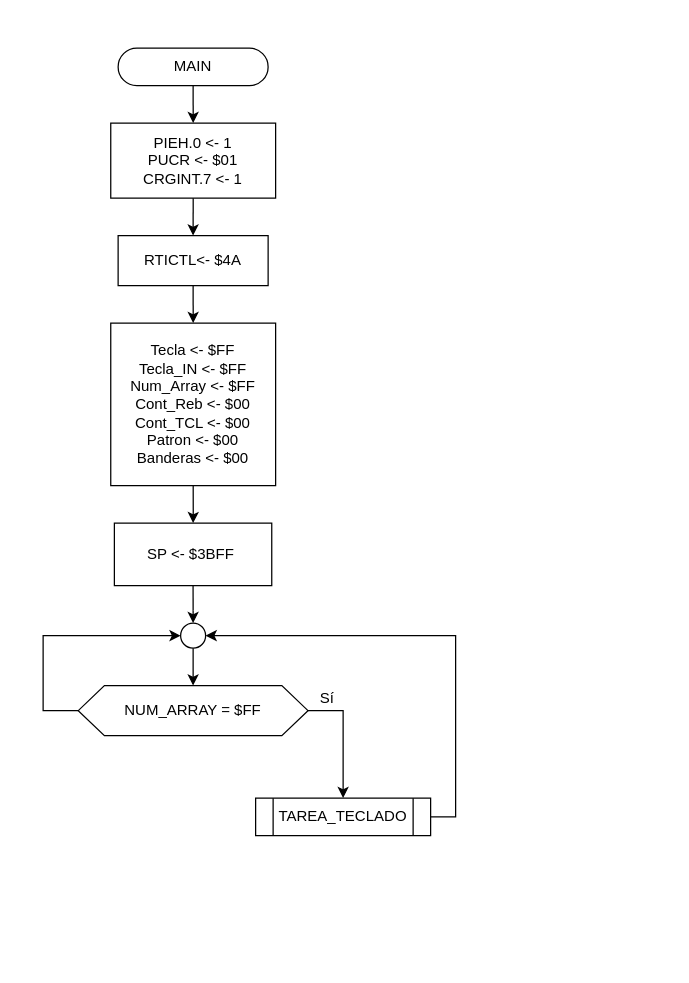
The draw.io diagram Tareas/T4/Diagramas/Main.drawio in moisotico/Microprocesadores, before the edit. Source tidied: cells renumbered, new cells numbered last; positions are measured from the earlier drawing's top-left corner, leaving out a move shared by most shapes. Both pictures are drawn from the tidied source at 125%, with x=0, y=0 at pixel (42, 48).
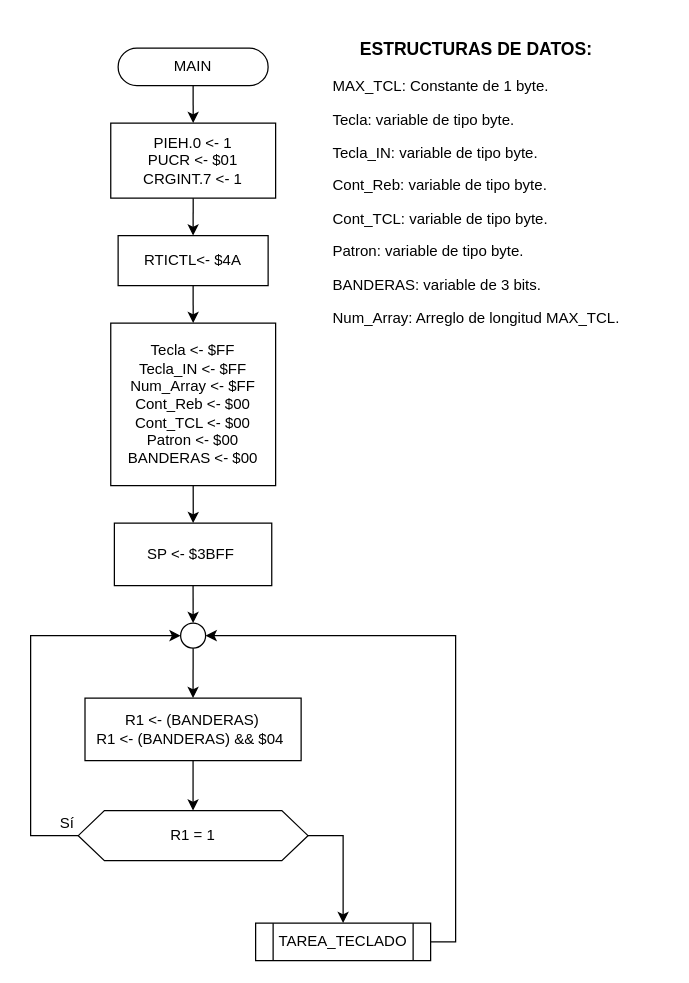
After the change.

Unchanged cells that the change refers to:
```xml
<mxCell id="13" style="ellipse;whiteSpace=wrap;html=1;" parent="1" vertex="1">
  <mxGeometry x="110" y="460" width="20" height="20" as="geometry" />
</mxCell>
```

Change to the diagram source:
```diff
@@
-    <mxCell id="9" value="Tecla &amp;lt;- $FF&lt;br&gt;Tecla_IN &amp;lt;- $FF&lt;br&gt;Num_Array &amp;lt;- $FF&lt;br&gt;Cont_Reb &amp;lt;- $00&lt;br&gt;Cont_TCL &amp;lt;- $00&lt;br&gt;Patron &amp;lt;- $00&lt;br&gt;Banderas &amp;lt;- $00&lt;br&gt;" style="rounded=0;whiteSpace=wrap;html=1;" parent="1" vertex="1">
+    <mxCell id="9" value="Tecla &amp;lt;- $FF&lt;br&gt;Tecla_IN &amp;lt;- $FF&lt;br&gt;Num_Array &amp;lt;- $FF&lt;br&gt;Cont_Reb &amp;lt;- $00&lt;br&gt;Cont_TCL &amp;lt;- $00&lt;br&gt;Patron &amp;lt;- $00&lt;br&gt;BANDERAS &amp;lt;- $00" style="rounded=0;whiteSpace=wrap;html=1;" parent="1" vertex="1">
       <mxGeometry x="54.1" y="220" width="131.9" height="130" as="geometry" />
     </mxCell>
@@
-    <mxCell id="12" style="edgeStyle=orthogonalEdgeStyle;rounded=0;jettySize=auto;html=1;exitX=0.5;exitY=1;exitDx=0;exitDy=0;" parent="1" edge="1" source="13" target="16">
-      <mxGeometry relative="1" as="geometry" />
-    </mxCell>
+    <mxCell id="20" style="edgeStyle=orthogonalEdgeStyle;rounded=0;jettySize=auto;html=1;exitX=0.5;exitY=1;exitDx=0;exitDy=0;entryX=0.5;entryY=0;entryDx=0;entryDy=0;" parent="1" edge="1" source="13" target="22">
+      <mxGeometry relative="1" as="geometry" />
+    </mxCell>
@@
+    <mxCell id="15" style="edgeStyle=orthogonalEdgeStyle;rounded=0;jettySize=auto;html=1;exitX=1;exitY=0.5;exitDx=0;exitDy=0;entryX=0.5;entryY=0;entryDx=0;entryDy=0;" parent="1" edge="1" source="16" target="18">
+      <mxGeometry relative="1" as="geometry" />
+    </mxCell>
     <mxCell id="14" style="edgeStyle=orthogonalEdgeStyle;rounded=0;jettySize=auto;html=1;exitX=0;exitY=0.5;exitDx=0;exitDy=0;entryX=0;entryY=0.5;entryDx=0;entryDy=0;" parent="1" edge="1" source="16" target="13">
       <mxGeometry relative="1" as="geometry">
         <Array as="points">
-          <mxPoint y="530" />
-          <mxPoint y="470" />
+          <mxPoint x="-10" y="630" />
+          <mxPoint x="-10" y="470" />
         </Array>
       </mxGeometry>
     </mxCell>
-    <mxCell id="15" style="edgeStyle=orthogonalEdgeStyle;rounded=0;jettySize=auto;html=1;exitX=1;exitY=0.5;exitDx=0;exitDy=0;entryX=0.5;entryY=0;entryDx=0;entryDy=0;" parent="1" edge="1" source="16" target="18">
-      <mxGeometry relative="1" as="geometry" />
-    </mxCell>
-    <mxCell id="16" value="NUM_ARRAY = $FF" style="shape=hexagon;perimeter=hexagonPerimeter2;whiteSpace=wrap;html=1;size=0.11394117647058827;" parent="1" vertex="1">
-      <mxGeometry x="28.1" y="510" width="183.8" height="40" as="geometry" />
+    <mxCell id="16" value="R1 = 1" style="shape=hexagon;perimeter=hexagonPerimeter2;whiteSpace=wrap;html=1;size=0.11394117647058827;" parent="1" vertex="1">
+      <mxGeometry x="28.1" y="610" width="183.8" height="40" as="geometry" />
     </mxCell>
     <mxCell id="17" style="edgeStyle=orthogonalEdgeStyle;rounded=0;jettySize=auto;html=1;exitX=1;exitY=0.5;exitDx=0;exitDy=0;entryX=1;entryY=0.5;entryDx=0;entryDy=0;" parent="1" edge="1" source="18" target="13">
       <mxGeometry relative="1" as="geometry">
         <Array as="points">
-          <mxPoint x="330" y="615" />
+          <mxPoint x="330" y="715" />
           <mxPoint x="330" y="470" />
         </Array>
       </mxGeometry>
     </mxCell>
     <mxCell id="18" value="TAREA_TECLADO" style="shape=process;whiteSpace=wrap;html=1;backgroundOutline=1;" parent="1" vertex="1">
-      <mxGeometry x="170" y="600" width="140" height="30" as="geometry" />
+      <mxGeometry x="170" y="700" width="140" height="30" as="geometry" />
     </mxCell>
     <mxCell id="19" value="Sí" style="text;html=1;align=center;verticalAlign=middle;" parent="1" vertex="1">
-      <mxGeometry x="211.9" y="510" width="30" height="20" as="geometry" />
+      <mxGeometry x="3.5" y="610" width="30" height="20" as="geometry" />
     </mxCell>
+    <mxCell id="21" style="edgeStyle=orthogonalEdgeStyle;rounded=0;jettySize=auto;html=1;exitX=0.5;exitY=1;exitDx=0;exitDy=0;" parent="1" edge="1" source="22" target="16">
+      <mxGeometry relative="1" as="geometry" />
+    </mxCell>
+    <mxCell id="22" value="R1 &amp;lt;- (BANDERAS)&lt;br&gt;R1 &amp;lt;- (BANDERAS) &amp;amp;&amp;amp; $04&amp;nbsp;" style="rounded=0;whiteSpace=wrap;html=1;" parent="1" vertex="1">
+      <mxGeometry x="33.5" y="520" width="172.9" height="50" as="geometry" />
+    </mxCell>
+    <mxCell id="23" value="&lt;h3 style=&quot;text-align: center&quot;&gt;ESTRUCTURAS DE DATOS:&lt;/h3&gt;&lt;p&gt;MAX_TCL: Constante de 1 byte.&lt;/p&gt;&lt;p&gt;Tecla: variable de tipo byte.&lt;/p&gt;&lt;p&gt;Tecla_IN: variable de tipo byte.&lt;/p&gt;&lt;p&gt;Cont_Reb: variable de tipo byte.&lt;br&gt;&lt;/p&gt;&lt;p&gt;Cont_TCL: variable de tipo byte.&lt;/p&gt;&lt;p&gt;Patron: variable de tipo byte.&lt;br&gt;&lt;/p&gt;&lt;p&gt;BANDERAS: variable de 3 bits.&lt;/p&gt;&lt;p&gt;Num_Array: Arreglo de longitud MAX_TCL.&lt;/p&gt;&lt;p&gt;&lt;br&gt;&lt;/p&gt;&lt;p&gt;&lt;/p&gt;" style="text;html=1;strokeColor=none;fillColor=none;align=left;verticalAlign=middle;whiteSpace=wrap;rounded=0;" parent="1" vertex="1">
+      <mxGeometry x="230" y="-10" width="268.7" height="260" as="geometry" />
+    </mxCell>
```
